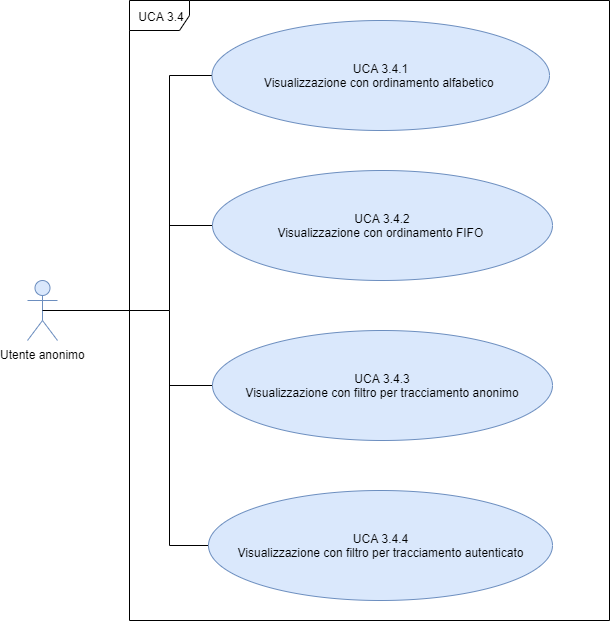
Earlier version of the draw.io export DocumentazioneEsterna/AnalisiRequisiti/sezioni/UseCase/Immagini/UCA3.4.png (qb-team/Stalker-Documentazione). Source tidied: cells renumbered, new cells last; positions are measured from the earlier drawing's top-left corner, leaving out a move shared by most shapes.
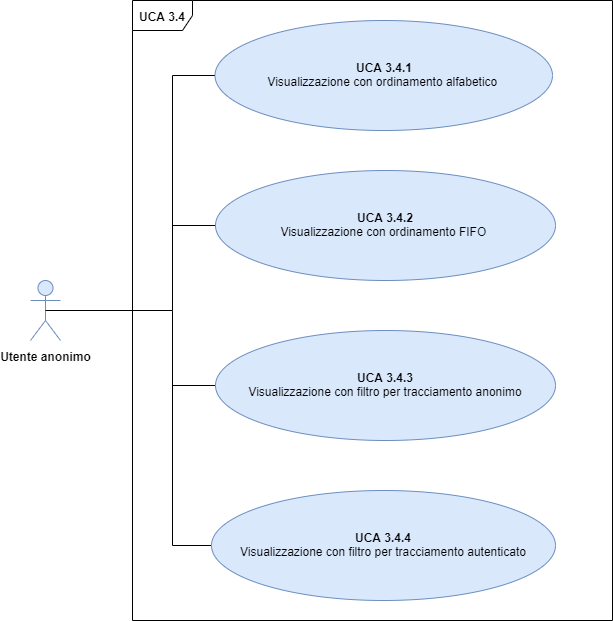
Above is the later version.

What changed in the source:
```diff
@@ -2,10 +2,10 @@
   <root>
     <mxCell id="0" />
     <mxCell id="1" parent="0" />
-    <mxCell id="2" value="UCA 3.4" style="shape=umlFrame;whiteSpace=wrap;html=1;fontFamily=Helvetica;fontSize=12;" parent="1" vertex="1">
+    <mxCell id="2" value="&lt;b&gt;UCA 3.4&lt;/b&gt;" style="shape=umlFrame;whiteSpace=wrap;html=1;fontFamily=Helvetica;fontSize=12;" parent="1" vertex="1">
       <mxGeometry x="102" width="480" height="620" as="geometry" />
     </mxCell>
-    <mxCell id="3" value="Utente anonimo" style="shape=umlActor;verticalLabelPosition=bottom;labelBackgroundColor=#ffffff;verticalAlign=top;html=1;outlineConnect=0;fillColor=#dae8fc;strokeColor=#6c8ebf;fontFamily=Helvetica;fontSize=12;" parent="1" vertex="1">
+    <mxCell id="3" value="&lt;b&gt;Utente anonimo&lt;/b&gt;" style="shape=umlActor;verticalLabelPosition=bottom;labelBackgroundColor=#ffffff;verticalAlign=top;html=1;outlineConnect=0;fillColor=#dae8fc;strokeColor=#6c8ebf;fontFamily=Helvetica;fontSize=12;" parent="1" vertex="1">
       <mxGeometry y="280" width="30" height="60" as="geometry" />
     </mxCell>
     <mxCell id="4" style="edgeStyle=orthogonalEdgeStyle;rounded=0;jettySize=auto;html=1;exitX=0;exitY=0.5;exitDx=0;exitDy=0;entryX=0.5;entryY=0.5;entryDx=0;entryDy=0;entryPerimeter=0;endArrow=none;endFill=0;fontFamily=Helvetica;fontSize=12;" parent="1" edge="1" source="5" target="3">
@@ -16,7 +16,7 @@
         </Array>
       </mxGeometry>
     </mxCell>
-    <mxCell id="5" value="UCA 3.4.1&lt;br&gt;Visualizzazione con ordinamento alfabetico&amp;nbsp;" style="ellipse;whiteSpace=wrap;html=1;fillColor=#dae8fc;strokeColor=#6c8ebf;fontFamily=Helvetica;fontSize=12;" parent="1" vertex="1">
+    <mxCell id="5" value="&lt;b&gt;UCA 3.4.1&lt;/b&gt;&lt;br&gt;Visualizzazione con ordinamento alfabetico&amp;nbsp;" style="ellipse;whiteSpace=wrap;html=1;fillColor=#dae8fc;strokeColor=#6c8ebf;fontFamily=Helvetica;fontSize=12;" parent="1" vertex="1">
       <mxGeometry x="184.5" y="20" width="337.5" height="110" as="geometry" />
     </mxCell>
     <mxCell id="6" style="edgeStyle=orthogonalEdgeStyle;rounded=0;jettySize=auto;html=1;exitX=0;exitY=0.5;exitDx=0;exitDy=0;endArrow=none;endFill=0;fontFamily=Helvetica;fontSize=12;" parent="1" edge="1" source="7">
@@ -24,7 +24,7 @@
         <mxPoint x="142" y="225" as="targetPoint" />
       </mxGeometry>
     </mxCell>
-    <mxCell id="7" value="&lt;span style=&quot;line-height: 107% ; font-size: 12px&quot;&gt;&lt;font style=&quot;font-size: 12px&quot;&gt;UCA 3.4.2&lt;br&gt;Visualizzazione con ordinamento FIFO&amp;nbsp;&lt;/font&gt;&lt;/span&gt;" style="ellipse;whiteSpace=wrap;html=1;fillColor=#dae8fc;strokeColor=#6c8ebf;fontFamily=Helvetica;fontSize=12;" parent="1" vertex="1">
+    <mxCell id="7" value="&lt;span style=&quot;line-height: 107% ; font-size: 12px&quot;&gt;&lt;font style=&quot;font-size: 12px&quot;&gt;&lt;b&gt;UCA 3.4.2&lt;/b&gt;&lt;br&gt;Visualizzazione con ordinamento FIFO&amp;nbsp;&lt;/font&gt;&lt;/span&gt;" style="ellipse;whiteSpace=wrap;html=1;fillColor=#dae8fc;strokeColor=#6c8ebf;fontFamily=Helvetica;fontSize=12;" parent="1" vertex="1">
       <mxGeometry x="185" y="170" width="340" height="110" as="geometry" />
     </mxCell>
     <mxCell id="8" style="edgeStyle=orthogonalEdgeStyle;rounded=0;jettySize=auto;html=1;exitX=0;exitY=0.5;exitDx=0;exitDy=0;endArrow=none;endFill=0;fontFamily=Helvetica;fontSize=12;" parent="1" edge="1" source="9">
@@ -32,7 +32,7 @@
         <mxPoint x="142" y="380" as="targetPoint" />
       </mxGeometry>
     </mxCell>
-    <mxCell id="9" value="&lt;span style=&quot;line-height: 107% ; font-size: 12px&quot;&gt;&lt;font style=&quot;font-size: 12px&quot;&gt;UCA 3.4.4&lt;br&gt;&lt;span style=&quot;line-height: 107% ; font-size: 12px&quot;&gt;Visualizzazione con filtro per tracciamento autenticato&lt;/span&gt;&lt;/font&gt;&lt;br style=&quot;font-size: 12px&quot;&gt;&lt;/span&gt;" style="ellipse;whiteSpace=wrap;html=1;fillColor=#dae8fc;strokeColor=#6c8ebf;fontFamily=Helvetica;fontSize=12;" parent="1" vertex="1">
+    <mxCell id="9" value="&lt;span style=&quot;line-height: 107% ; font-size: 12px&quot;&gt;&lt;font style=&quot;font-size: 12px&quot;&gt;&lt;b&gt;UCA 3.4.4&lt;/b&gt;&lt;br&gt;&lt;span style=&quot;line-height: 107% ; font-size: 12px&quot;&gt;Visualizzazione con filtro per tracciamento autenticato&lt;/span&gt;&lt;/font&gt;&lt;br style=&quot;font-size: 12px&quot;&gt;&lt;/span&gt;" style="ellipse;whiteSpace=wrap;html=1;fillColor=#dae8fc;strokeColor=#6c8ebf;fontFamily=Helvetica;fontSize=12;" parent="1" vertex="1">
       <mxGeometry x="181" y="490" width="344" height="110" as="geometry" />
     </mxCell>
     <mxCell id="10" style="edgeStyle=orthogonalEdgeStyle;rounded=0;jettySize=auto;html=1;exitX=0;exitY=0.5;exitDx=0;exitDy=0;endArrow=none;endFill=0;fontFamily=Helvetica;fontSize=12;" parent="1" edge="1" source="11">
@@ -40,7 +40,7 @@
         <mxPoint x="142" y="310" as="targetPoint" />
       </mxGeometry>
     </mxCell>
-    <mxCell id="11" value="&lt;span style=&quot;line-height: 107% ; font-size: 12px&quot;&gt;&lt;font style=&quot;font-size: 12px&quot;&gt;UCA 3.4.3&lt;br&gt;Visualizzazione con filtro per tracciamento anonimo&lt;/font&gt;&lt;/span&gt;" style="ellipse;whiteSpace=wrap;html=1;fillColor=#dae8fc;strokeColor=#6c8ebf;fontFamily=Helvetica;fontSize=12;" parent="1" vertex="1">
+    <mxCell id="11" value="&lt;span style=&quot;line-height: 107% ; font-size: 12px&quot;&gt;&lt;font style=&quot;font-size: 12px&quot;&gt;&lt;b&gt;UCA 3.4.3&lt;/b&gt;&lt;br&gt;Visualizzazione con filtro per tracciamento anonimo&lt;/font&gt;&lt;/span&gt;" style="ellipse;whiteSpace=wrap;html=1;fillColor=#dae8fc;strokeColor=#6c8ebf;fontFamily=Helvetica;fontSize=12;" parent="1" vertex="1">
       <mxGeometry x="185" y="330" width="340" height="110" as="geometry" />
     </mxCell>
   </root>
```
